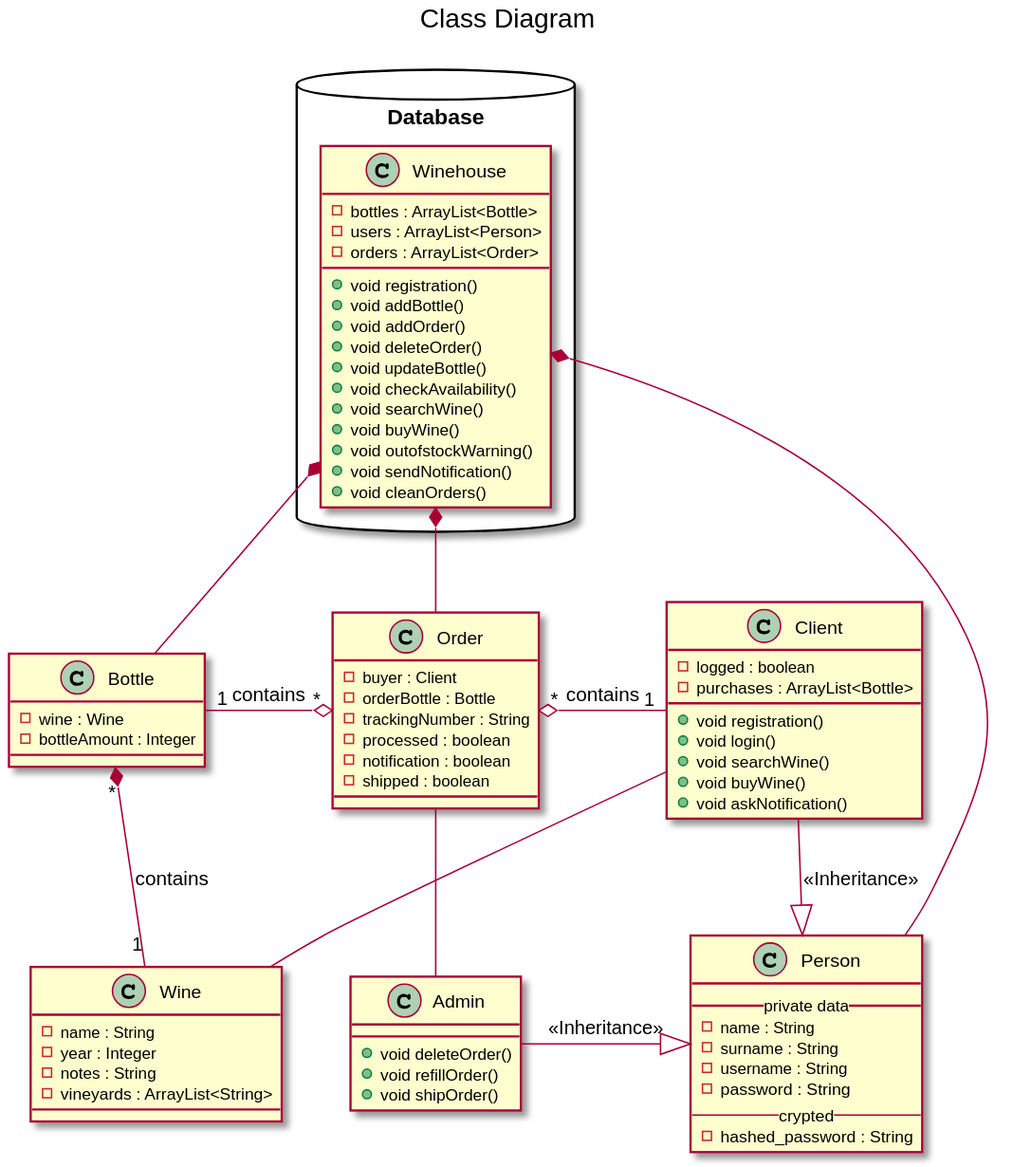
This is Assegnamento2/src/main/resources/ClassDiagram.svg from danielepelleg/software_engineering, a PlantUML export, as it was before one commit.
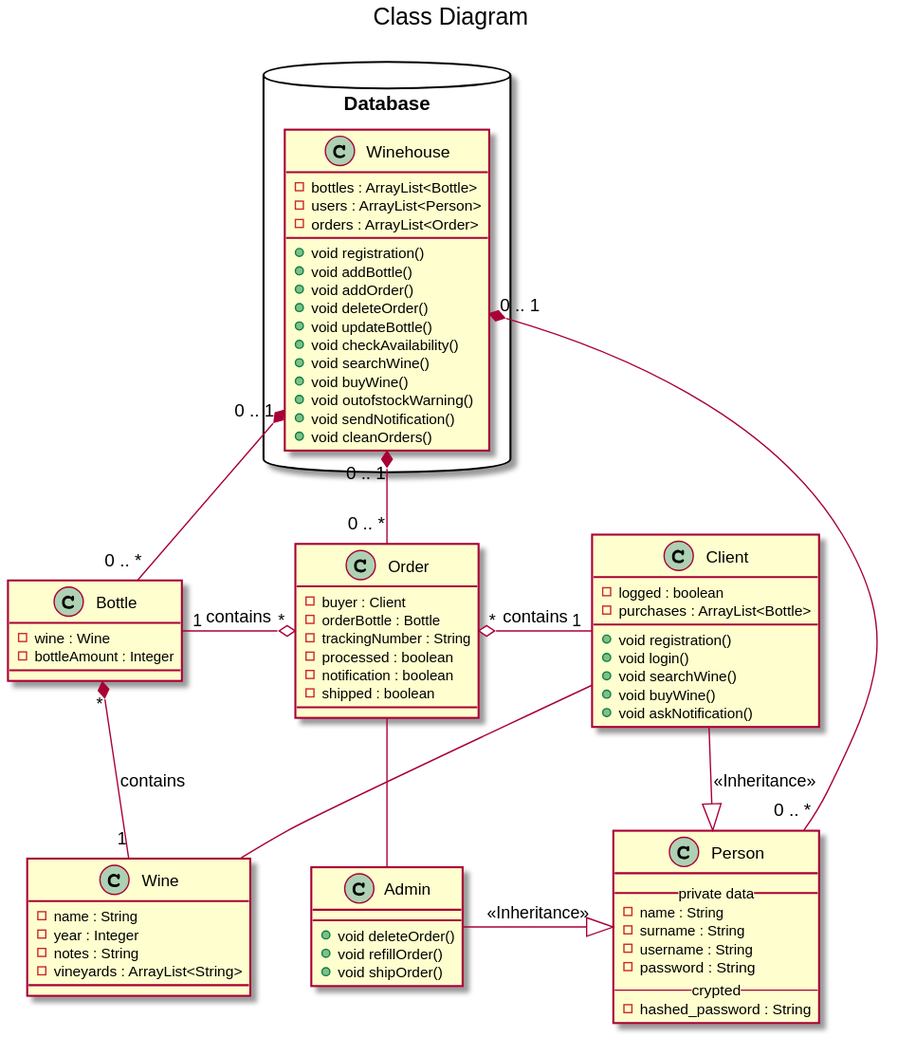
The same diagram one commit later.

Diff of the diagram source:
```diff
@@ -19,9 +19,9 @@
     +void cleanOrders()
   }
 }
-Winehouse *-- Order
-Winehouse *-- Person
-Winehouse *-- Bottle
+Winehouse "0 .. 1" *-- "0 .. *" Order
+Winehouse "0 .. 1" *-- "0 .. *" Person
+Winehouse "0 .. 1" *-- "0 .. *" Bottle
 
 class Person {
     __ private data __
```
